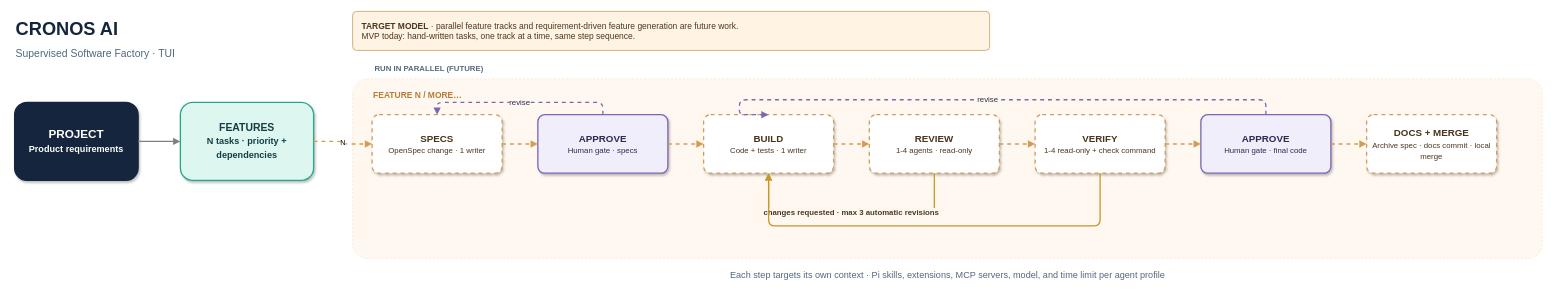
The draw.io diagram design/workflow.drawio in ixdi/cronos-ai, before the edit. Source tidied: cells renumbered, new cells numbered last; positions are measured from the earlier drawing's top-left corner, leaving out a move shared by most shapes. Both pictures are drawn from the tidied source at 65%, with x=0, y=0 at pixel (14, 11).
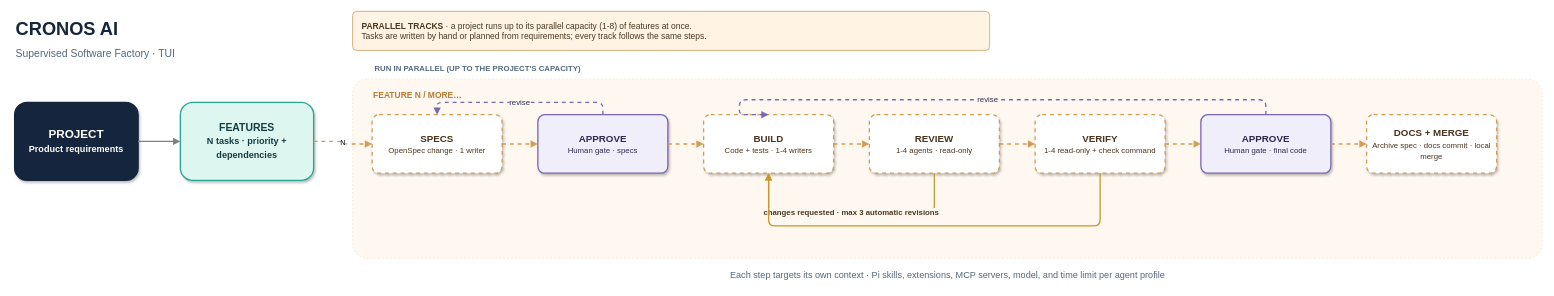
The same diagram, later.

Commit message (it also covers changes not shown here):
docs(design): show parallel tracks and writers as implemented

The workflow diagram still called parallel feature tracks and
requirement-driven planning future work and showed code generation
with a single writer. Its note and labels now describe the parallel
capacity, planned tasks, and 1-4 writers; the PNG and SVG are
re-exported from the draw.io source.

Diff of the diagram source:
```diff
@@
-    <mxCell id="4" value="&lt;b&gt;TARGET MODEL&lt;/b&gt; · parallel feature tracks and requirement-driven feature generation are future work.&lt;br&gt;MVP today: hand-written tasks, one track at a time, same step sequence." style="rounded=1;arcSize=10;whiteSpace=wrap;html=1;fillColor=#FFF4E3;strokeColor=#C38A3E;fontColor=#4B371F;fontSize=13;align=left;spacingLeft=12;" parent="1" vertex="1">
+    <mxCell id="4" value="&lt;b&gt;PARALLEL TRACKS&lt;/b&gt; · a project runs up to its parallel capacity (1-8) of features at once.&lt;br&gt;Tasks are written by hand or planned from requirements; every track follows the same steps." style="rounded=1;arcSize=10;whiteSpace=wrap;html=1;fillColor=#FFF4E3;strokeColor=#C38A3E;fontColor=#4B371F;fontSize=13;align=left;spacingLeft=12;" parent="1" vertex="1">
       <mxGeometry x="520" width="980" height="60" as="geometry" />
     </mxCell>
-    <mxCell id="5" value="RUN IN PARALLEL (FUTURE)" style="text;html=1;strokeColor=none;fillColor=none;align=left;verticalAlign=middle;fontColor=#546A83;fontSize=12;fontStyle=1;spacingLeft=2;" parent="1" vertex="1">
+    <mxCell id="5" value="RUN IN PARALLEL (UP TO THE PROJECT'S CAPACITY)" style="text;html=1;strokeColor=none;fillColor=none;align=left;verticalAlign=middle;fontColor=#546A83;fontSize=12;fontStyle=1;spacingLeft=2;" parent="1" vertex="1">
       <mxGeometry x="550" y="74" width="260" height="28" as="geometry" />
     </mxCell>
@@
-    <mxCell id="12" value="BUILD&lt;br&gt;&lt;font style=&quot;font-size: 12px; font-weight: normal;&quot;&gt;Code + tests · 1 writer&lt;/font&gt;" style="rounded=1;arcSize=12;whiteSpace=wrap;html=1;fillColor=#FFFFFF;strokeColor=#D59B53;strokeWidth=2;fontColor=#49351F;fontSize=15;fontStyle=1;align=center;verticalAlign=middle;spacing=8;shadow=1;dashed=1;" parent="1" vertex="1">
+    <mxCell id="12" value="BUILD&lt;br&gt;&lt;font style=&quot;font-size: 12px; font-weight: normal;&quot;&gt;Code + tests · 1-4 writers&lt;/font&gt;" style="rounded=1;arcSize=12;whiteSpace=wrap;html=1;fillColor=#FFFFFF;strokeColor=#D59B53;strokeWidth=2;fontColor=#49351F;fontSize=15;fontStyle=1;align=center;verticalAlign=middle;spacing=8;shadow=1;dashed=1;" parent="1" vertex="1">
       <mxGeometry x="1060" y="159" width="200" height="90" as="geometry" />
     </mxCell>
```
